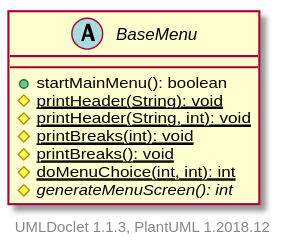
Earlier version of the PlantUML export projects/oodp/html/umlversion/uml/sg.edu.ntu.scse.cz2002.ui.BaseMenu.svg (itachi1706/How-to-use-Git-NTUSCSE1819-Site).
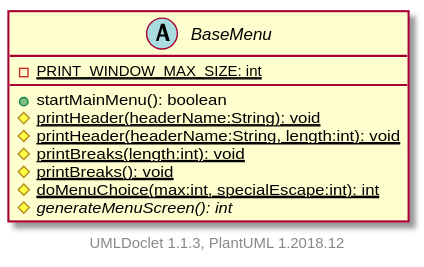
Later version of the same file.

The edit, as a diff of the source:
```diff
@@ -1,12 +1,13 @@
 @startuml
 
-    abstract class BaseMenu {
+    abstract class BaseMenu [[../sg/edu/ntu/scse/cz2002/ui/BaseMenu.html]] {
+        {static} -PRINT_WINDOW_MAX_SIZE: int
         +startMainMenu(): boolean
-        {static} #printHeader(String): void
-        {static} #printHeader(String, int): void
-        {static} #printBreaks(int): void
+        {static} #printHeader(headerName:String): void
+        {static} #printHeader(headerName:String, length:int): void
+        {static} #printBreaks(length:int): void
         {static} #printBreaks(): void
-        {static} #doMenuChoice(int, int): int
+        {static} #doMenuChoice(max:int, specialEscape:int): int
         {abstract} #generateMenuScreen(): int
     }
 
```
